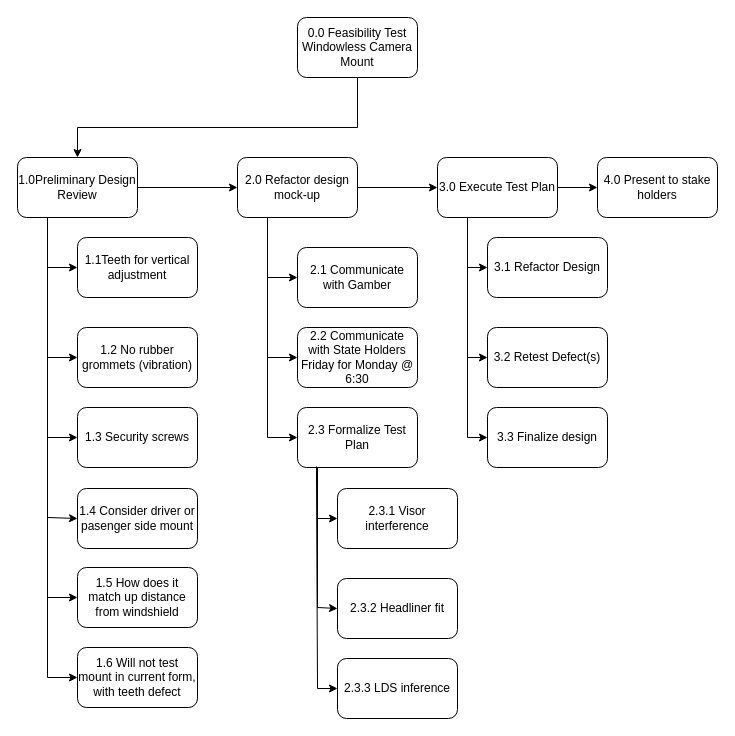
This is WBS Window-less Lytx Camera Mount.drawio from RustyTruck/plc4trucksduck, a draw.io file, before an edit. Source tidied: cells renumbered, new cells numbered last; positions are measured from the earlier drawing's top-left corner, leaving out a move shared by most shapes. Both pictures are drawn from the tidied source at 100%, with x=0, y=0 at pixel (17, 17).
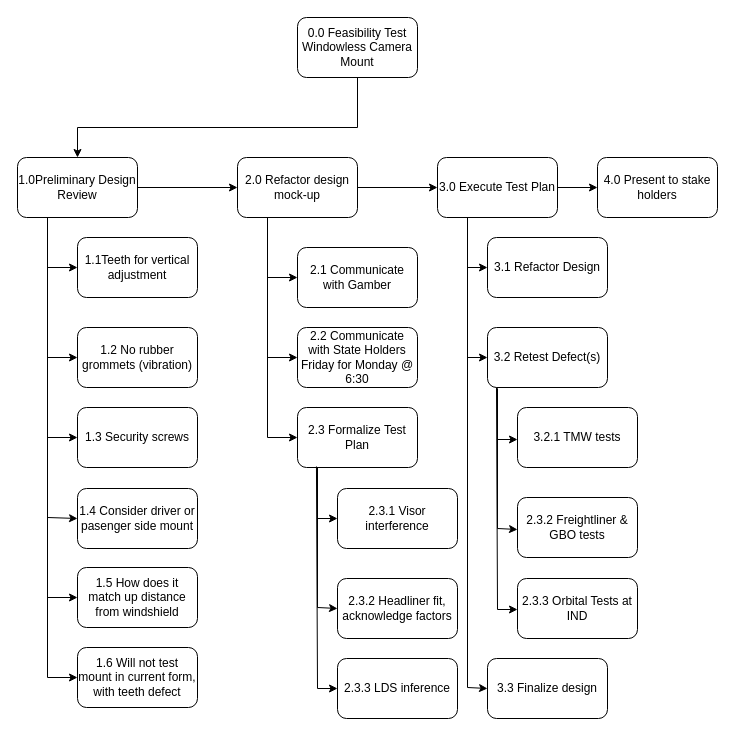
Above is the later version.

The change refers to these unchanged cells:
```xml
<mxCell id="5" value="3.0 Execute Test Plan" style="rounded=1;whiteSpace=wrap;html=1;" parent="1" vertex="1">
  <mxGeometry x="420" y="140" width="120" height="60" as="geometry" />
</mxCell>
```

The edit, as a diff of the source:
```diff
@@
     <mxCell id="13" value="3.3 Finalize design" style="rounded=1;whiteSpace=wrap;html=1;" parent="1" vertex="1">
-      <mxGeometry x="470" y="390" width="120" height="60" as="geometry" />
+      <mxGeometry x="470" y="641" width="120" height="60" as="geometry" />
     </mxCell>
@@
-    <mxCell id="18" value="2.3.2 Headliner fit" style="rounded=1;whiteSpace=wrap;html=1;" parent="1" vertex="1">
+    <mxCell id="18" value="2.3.2 Headliner fit, acknowledge factors" style="rounded=1;whiteSpace=wrap;html=1;" parent="1" vertex="1">
       <mxGeometry x="320" y="561" width="120" height="60" as="geometry" />
     </mxCell>
@@
     <mxCell id="31" style="endArrow=classic;html=1;rounded=0;exitX=0.25;exitY=1;exitDx=0;exitDy=0;entryX=0;entryY=0.5;entryDx=0;entryDy=0;" parent="1" edge="1" source="5" target="13">
       <mxGeometry relative="1" as="geometry">
         <Array as="points">
-          <mxPoint x="450" y="420" />
+          <mxPoint x="450" y="670" />
         </Array>
       </mxGeometry>
     </mxCell>
@@
+    <mxCell id="41" value="3.2.1 TMW tests" style="rounded=1;whiteSpace=wrap;html=1;" parent="1" vertex="1">
+      <mxGeometry x="500" y="390" width="120" height="60" as="geometry" />
+    </mxCell>
+    <mxCell id="42" value="2.3.2 Freightliner &amp;amp; GBO tests" style="rounded=1;whiteSpace=wrap;html=1;" parent="1" vertex="1">
+      <mxGeometry x="500" y="480" width="120" height="60" as="geometry" />
+    </mxCell>
+    <mxCell id="43" value="2.3.3 Orbital Tests at IND" style="rounded=1;whiteSpace=wrap;html=1;" parent="1" vertex="1">
+      <mxGeometry x="500" y="561" width="120" height="60" as="geometry" />
+    </mxCell>
+    <mxCell id="44" style="endArrow=classic;html=1;rounded=0;entryX=0;entryY=0.5;entryDx=0;entryDy=0;" parent="1" edge="1">
+      <mxGeometry relative="1" as="geometry">
+        <mxPoint x="480" y="371" as="sourcePoint" />
+        <mxPoint x="500" y="422" as="targetPoint" />
+        <Array as="points">
+          <mxPoint x="480" y="422" />
+        </Array>
+      </mxGeometry>
+    </mxCell>
+    <mxCell id="45" style="endArrow=classic;html=1;rounded=0;entryX=0;entryY=0.5;entryDx=0;entryDy=0;" parent="1" edge="1">
+      <mxGeometry relative="1" as="geometry">
+        <mxPoint x="480" y="371" as="sourcePoint" />
+        <mxPoint x="500" y="512" as="targetPoint" />
+        <Array as="points">
+          <mxPoint x="480" y="511" />
+        </Array>
+      </mxGeometry>
+    </mxCell>
+    <mxCell id="46" style="endArrow=classic;html=1;rounded=0;entryX=0;entryY=0.5;entryDx=0;entryDy=0;exitX=0.158;exitY=0.983;exitDx=0;exitDy=0;exitPerimeter=0;" parent="1" edge="1">
+      <mxGeometry relative="1" as="geometry">
+        <mxPoint x="479" y="370" as="sourcePoint" />
+        <mxPoint x="500" y="592" as="targetPoint" />
+        <Array as="points">
+          <mxPoint x="480" y="592" />
+        </Array>
+      </mxGeometry>
+    </mxCell>
```
